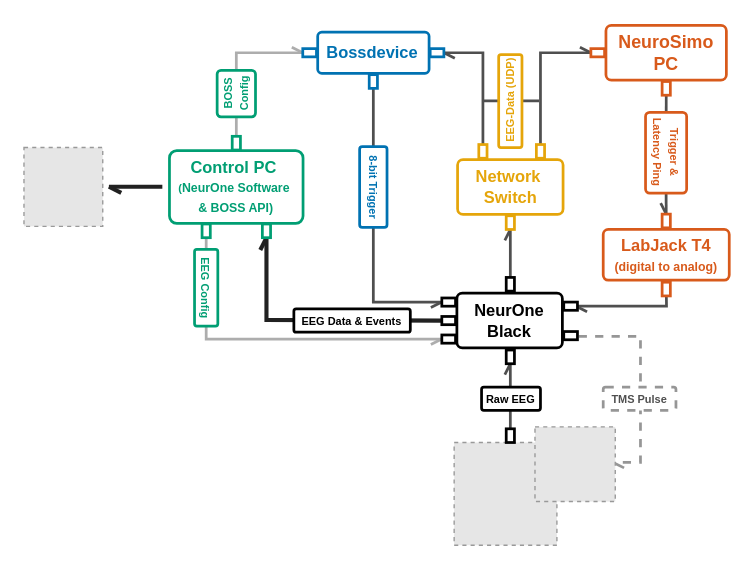
Earlier version of the draw.io diagram figures/experimental-setup.drawio (JuliusGrote/LAVA). Source tidied: cells renumbered, new cells numbered last; positions are measured from the earlier drawing's top-left corner, leaving out a move shared by most shapes. Both pictures are drawn from the tidied source at 137%, with x=0, y=0 at pixel (23, 25). Pictures stored in the file or linked from it are replaced by grey dashed boxes.
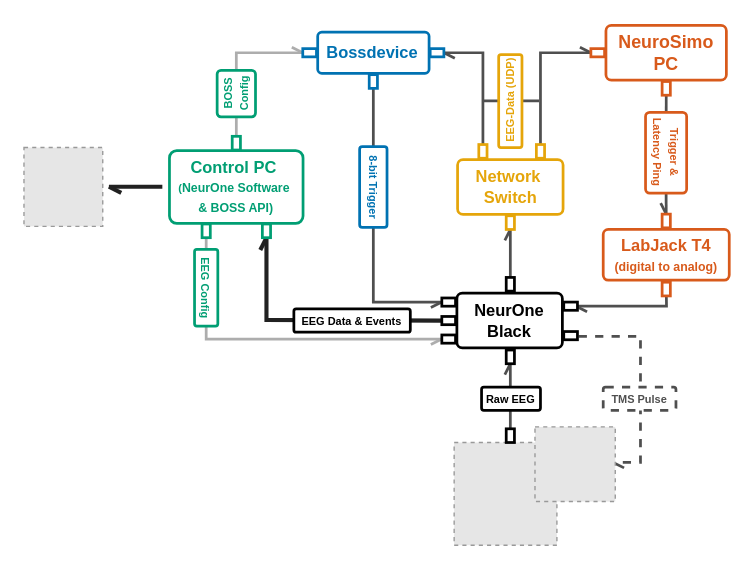
The same page after the edit.

Commit message (it also covers changes not shown here):
readded c.\code\ content and updated setup figure

The change refers to these unchanged cells:
```xml
<mxCell id="39" style="rounded=0;whiteSpace=wrap;html=1;strokeWidth=2;rotation=0;" parent="1" vertex="1">
  <mxGeometry x="394" y="223.5" width="10" height="6" as="geometry" />
</mxCell>
<mxCell id="49" style="fillColor=#E6E6E6;strokeColor=#999999;dashed=1;verticalLabelPosition=bottom;labelBackgroundColor=default;verticalAlign=top;" parent="1" vertex="1">
  <mxGeometry x="373" y="293.1" width="58.6" height="54.5" as="geometry" />
</mxCell>
```

What changed in the source:
```diff
@@
-    <mxCell id="6" style="endArrow=openAsync;html=1;rounded=0;fontSize=15;strokeWidth=2;strokeColor=#969696;endFill=0;exitX=1.09;exitY=0.592;exitDx=0;exitDy=0;dashed=1;entryX=0.973;entryY=0.476;entryDx=0;entryDy=0;entryPerimeter=0;exitPerimeter=0;" parent="1" edge="1" source="39" target="49">
+    <mxCell id="6" style="endArrow=openAsync;html=1;rounded=0;fontSize=15;strokeWidth=2;strokeColor=#4F4F4F;endFill=0;exitX=1.09;exitY=0.592;exitDx=0;exitDy=0;dashed=1;entryX=0.973;entryY=0.476;entryDx=0;entryDy=0;entryPerimeter=0;exitPerimeter=0;" parent="1" edge="1" source="39" target="49">
       <mxGeometry relative="1" as="geometry">
         <Array as="points">
           <mxPoint x="450" y="227" />
           <mxPoint x="450" y="319" />
         </Array>
       </mxGeometry>
     </mxCell>
@@
-    <mxCell id="53" value="&lt;font style=&quot;font-size: 8px; color: rgb(79, 79, 79);&quot;&gt;TMS Pulse&lt;/font&gt;" style="rounded=1;whiteSpace=wrap;html=1;strokeColor=#969696;strokeWidth=2;align=center;verticalAlign=middle;fontFamily=Helvetica;fontSize=12;fontColor=default;fillColor=default;arcSize=10;fontStyle=1;rotation=0;flipH=0;dashed=1;perimeterSpacing=0;spacingBottom=1;" parent="1" vertex="1">
+    <mxCell id="53" value="&lt;font style=&quot;font-size: 8px; color: rgb(79, 79, 79);&quot;&gt;TMS Pulse&lt;/font&gt;" style="rounded=1;whiteSpace=wrap;html=1;strokeColor=#4F4F4F;strokeWidth=2;align=center;verticalAlign=middle;fontFamily=Helvetica;fontSize=12;fontColor=default;fillColor=default;arcSize=10;fontStyle=1;rotation=0;flipH=0;dashed=1;perimeterSpacing=0;spacingBottom=1;" parent="1" vertex="1">
       <mxGeometry x="422.8" y="264.1" width="53.1" height="17" as="geometry" />
     </mxCell>
```
